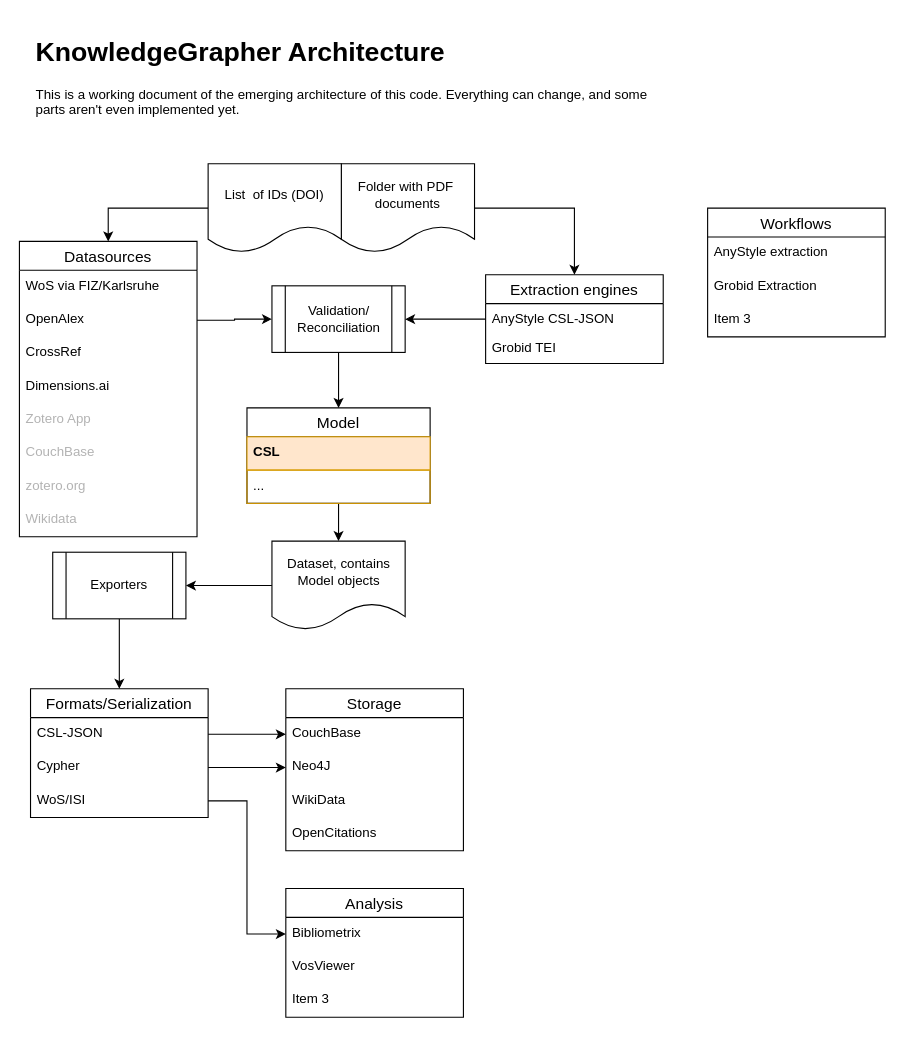
Above: doc/architecture.drawio in cboulanger/anystyle-workflow (draw.io), before the change. Source tidied: cells renumbered, new cells numbered last; positions are measured from the earlier drawing's top-left corner, leaving out a move shared by most shapes. Both pictures are drawn from the tidied source at 111%, with x=0, y=0 at pixel (19, 30).
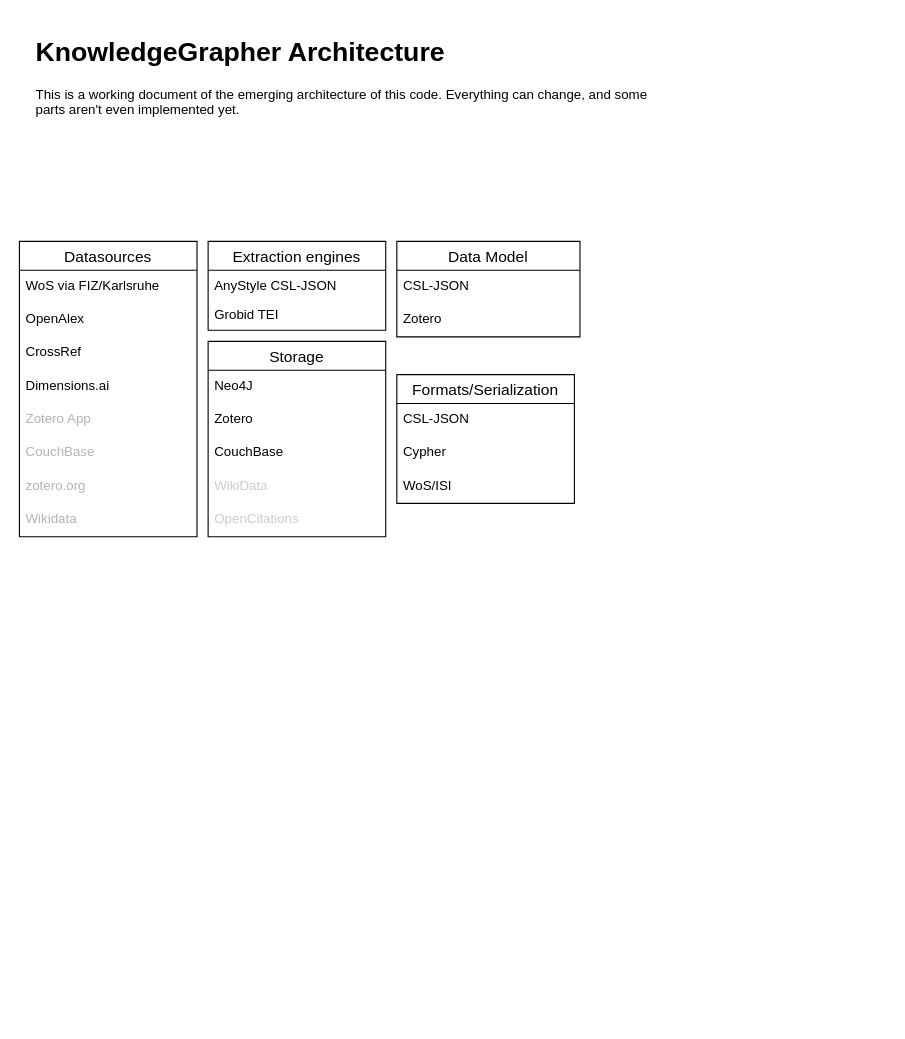
The same page after the edit.

Unchanged cells that the change refers to:
```xml
<mxCell id="7" value="CSL-JSON" style="text;strokeColor=none;fillColor=none;spacingLeft=4;spacingRight=4;overflow=hidden;points=[[0,0.5],[1,0.5]];portConstraint=eastwest;fontSize=12;" parent="6" vertex="1">
  <mxGeometry y="26" width="160" height="30" as="geometry" />
</mxCell>
<mxCell id="8" value="Cypher&#10;" style="text;strokeColor=none;fillColor=none;spacingLeft=4;spacingRight=4;overflow=hidden;points=[[0,0.5],[1,0.5]];portConstraint=eastwest;fontSize=12;" parent="6" vertex="1">
  <mxGeometry y="56" width="160" height="30" as="geometry" />
</mxCell>
<mxCell id="9" value="WoS/ISI" style="text;strokeColor=none;fillColor=none;spacingLeft=4;spacingRight=4;overflow=hidden;points=[[0,0.5],[1,0.5]];portConstraint=eastwest;fontSize=12;" parent="6" vertex="1">
  <mxGeometry y="86" width="160" height="30" as="geometry" />
</mxCell>
<mxCell id="11" value="Datasources" style="swimlane;fontStyle=0;horizontal=1;startSize=26;align=center;fontSize=14;" parent="1" vertex="1">
  <mxGeometry y="190" width="160" height="266" as="geometry" />
</mxCell>
<mxCell id="13" value="OpenAlex" style="text;strokeColor=none;fillColor=none;spacingLeft=4;spacingRight=4;overflow=hidden;points=[[0,0.5],[1,0.5]];portConstraint=eastwest;fontSize=12;" parent="11" vertex="1">
  <mxGeometry y="56" width="160" height="30" as="geometry" />
</mxCell>
```

The edit, as a diff of the source:
```diff
@@
-    <mxCell id="2" style="edgeStyle=orthogonalEdgeStyle;rounded=0;jettySize=auto;html=1;fontColor=#B3B3B3;" parent="1" edge="1" source="3" target="31">
-      <mxGeometry relative="1" as="geometry" />
-    </mxCell>
-    <mxCell id="3" value="Model" style="swimlane;fontStyle=0;horizontal=1;startSize=26;align=center;fontSize=14;" parent="1" vertex="1">
-      <mxGeometry x="205" y="340" width="165" height="86" as="geometry" />
+    <mxCell id="3" value="Data Model" style="swimlane;fontStyle=0;horizontal=1;startSize=26;align=center;fontSize=14;strokeColor=#000000;" parent="1" vertex="1">
+      <mxGeometry x="340" y="190" width="165" height="86" as="geometry" />
     </mxCell>
-    <mxCell id="4" value="CSL&#10;" style="text;strokeColor=#d79b00;fillColor=#ffe6cc;spacingLeft=4;spacingRight=4;overflow=hidden;fontSize=12;fontStyle=1;" parent="3" vertex="1">
+    <mxCell id="4" value="CSL-JSON&#10;" style="text;strokeColor=none;fillColor=none;spacingLeft=4;spacingRight=4;overflow=hidden;fontSize=12;fontStyle=0;" parent="3" vertex="1">
       <mxGeometry y="26" width="165" height="30" as="geometry" />
     </mxCell>
-    <mxCell id="5" value="..." style="text;strokeColor=#d79b00;fillColor=none;spacingLeft=4;spacingRight=4;overflow=hidden;fontSize=12;fontStyle=0;" parent="3" vertex="1">
+    <mxCell id="5" value="Zotero" style="text;strokeColor=none;fillColor=none;spacingLeft=4;spacingRight=4;overflow=hidden;fontSize=12;fontStyle=0;" parent="3" vertex="1">
       <mxGeometry y="56" width="165" height="30" as="geometry" />
     </mxCell>
     <mxCell id="6" value="Formats/Serialization" style="swimlane;fontStyle=0;horizontal=1;startSize=26;align=center;fontSize=14;" parent="1" vertex="1">
-      <mxGeometry x="10" y="593" width="160" height="116" as="geometry" />
+      <mxGeometry x="340" y="310" width="160" height="116" as="geometry" />
     </mxCell>
@@
-    <mxCell id="10" style="edgeStyle=orthogonalEdgeStyle;rounded=0;jettySize=auto;html=1;entryX=0;entryY=0.5;entryDx=0;entryDy=0;exitX=1;exitY=0.5;exitDx=0;exitDy=0;" parent="1" edge="1" source="13" target="35">
-      <mxGeometry relative="1" as="geometry" />
-    </mxCell>
@@
     <mxCell id="20" value="Storage" style="swimlane;fontStyle=0;horizontal=1;startSize=26;align=center;fontSize=14;" parent="1" vertex="1">
-      <mxGeometry x="240" y="593" width="160" height="146" as="geometry" />
+      <mxGeometry x="170" y="280" width="160" height="176" as="geometry" />
     </mxCell>
+    <mxCell id="22" value="Neo4J" style="text;strokeColor=none;fillColor=none;spacingLeft=4;spacingRight=4;overflow=hidden;points=[[0,0.5],[1,0.5]];portConstraint=eastwest;fontSize=12;" parent="20" vertex="1">
+      <mxGeometry y="26" width="160" height="30" as="geometry" />
+    </mxCell>
+    <mxCell id="51" value="Zotero" style="text;strokeColor=none;fillColor=none;spacingLeft=4;spacingRight=4;overflow=hidden;fontSize=12;" parent="20" vertex="1">
+      <mxGeometry y="56" width="160" height="30" as="geometry" />
+    </mxCell>
     <mxCell id="21" value="CouchBase" style="text;strokeColor=none;fillColor=none;spacingLeft=4;spacingRight=4;overflow=hidden;points=[[0,0.5],[1,0.5]];portConstraint=eastwest;fontSize=12;" parent="20" vertex="1">
-      <mxGeometry y="26" width="160" height="30" as="geometry" />
+      <mxGeometry y="86" width="160" height="30" as="geometry" />
     </mxCell>
-    <mxCell id="22" value="Neo4J" style="text;strokeColor=none;fillColor=none;spacingLeft=4;spacingRight=4;overflow=hidden;points=[[0,0.5],[1,0.5]];portConstraint=eastwest;fontSize=12;" parent="20" vertex="1">
-      <mxGeometry y="56" width="160" height="30" as="geometry" />
-    </mxCell>
-    <mxCell id="23" value="WikiData" style="text;strokeColor=none;fillColor=none;spacingLeft=4;spacingRight=4;overflow=hidden;fontSize=12;" parent="20" vertex="1">
-      <mxGeometry y="86" width="160" height="30" as="geometry" />
+    <mxCell id="23" value="WikiData" style="text;strokeColor=none;fillColor=none;spacingLeft=4;spacingRight=4;overflow=hidden;fontSize=12;fontColor=#CCCCCC;" parent="20" vertex="1">
+      <mxGeometry y="116" width="160" height="30" as="geometry" />
     </mxCell>
-    <mxCell id="24" value="OpenCitations" style="text;strokeColor=none;fillColor=none;spacingLeft=4;spacingRight=4;overflow=hidden;fontSize=12;" parent="20" vertex="1">
-      <mxGeometry y="116" width="160" height="30" as="geometry" />
+    <mxCell id="24" value="OpenCitations" style="text;strokeColor=none;fillColor=none;spacingLeft=4;spacingRight=4;overflow=hidden;fontSize=12;fontColor=#CCCCCC;" parent="20" vertex="1">
+      <mxGeometry y="146" width="160" height="30" as="geometry" />
     </mxCell>
@@
-    <mxCell id="26" value="Workflows" style="swimlane;fontStyle=0;horizontal=1;startSize=26;align=center;fontSize=14;" parent="1" vertex="1">
-      <mxGeometry x="620" y="160" width="160" height="116" as="geometry" />
-    </mxCell>
-    <mxCell id="27" value="AnyStyle extraction " style="text;strokeColor=none;fillColor=none;spacingLeft=4;spacingRight=4;overflow=hidden;fontSize=12;" parent="26" vertex="1">
-      <mxGeometry y="26" width="160" height="30" as="geometry" />
-    </mxCell>
-    <mxCell id="28" value="Grobid Extraction" style="text;strokeColor=none;fillColor=none;spacingLeft=4;spacingRight=4;overflow=hidden;fontSize=12;" parent="26" vertex="1">
-      <mxGeometry y="56" width="160" height="30" as="geometry" />
-    </mxCell>
-    <mxCell id="29" value="Item 3" style="text;strokeColor=none;fillColor=none;spacingLeft=4;spacingRight=4;overflow=hidden;fontSize=12;" parent="26" vertex="1">
-      <mxGeometry y="86" width="160" height="30" as="geometry" />
-    </mxCell>
-    <mxCell id="30" style="edgeStyle=orthogonalEdgeStyle;rounded=0;jettySize=auto;html=1;fontColor=#B3B3B3;" parent="1" edge="1" source="31" target="33">
-      <mxGeometry relative="1" as="geometry" />
-    </mxCell>
-    <mxCell id="31" value="Dataset, contains Model objects" style="shape=document;whiteSpace=wrap;html=1;boundedLbl=1;" parent="1" vertex="1">
-      <mxGeometry x="227.5" y="460" width="120" height="80" as="geometry" />
-    </mxCell>
-    <mxCell id="32" style="edgeStyle=orthogonalEdgeStyle;rounded=0;jettySize=auto;html=1;" parent="1" edge="1" source="33" target="6">
-      <mxGeometry relative="1" as="geometry" />
-    </mxCell>
-    <mxCell id="33" value="Exporters" style="shape=process;whiteSpace=wrap;html=1;backgroundOutline=1;" parent="1" vertex="1">
-      <mxGeometry x="30" y="470" width="120" height="60" as="geometry" />
-    </mxCell>
-    <mxCell id="34" style="edgeStyle=orthogonalEdgeStyle;rounded=0;jettySize=auto;html=1;entryX=0.5;entryY=0;entryDx=0;entryDy=0;fontColor=#B3B3B3;" parent="1" edge="1" source="35" target="3">
-      <mxGeometry relative="1" as="geometry" />
-    </mxCell>
-    <mxCell id="35" value="Validation/&lt;br&gt;Reconciliation" style="shape=process;whiteSpace=wrap;html=1;backgroundOutline=1;" parent="1" vertex="1">
-      <mxGeometry x="227.5" y="230" width="120" height="60" as="geometry" />
-    </mxCell>
-    <mxCell id="36" style="edgeStyle=orthogonalEdgeStyle;rounded=0;jettySize=auto;html=1;" parent="1" edge="1" source="8" target="22">
-      <mxGeometry relative="1" as="geometry" />
-    </mxCell>
-    <mxCell id="37" value="Analysis" style="swimlane;fontStyle=0;horizontal=1;startSize=26;align=center;fontSize=14;" parent="1" vertex="1">
-      <mxGeometry x="240" y="773" width="160" height="116" as="geometry" />
-    </mxCell>
-    <mxCell id="38" value="Bibliometrix" style="text;strokeColor=none;fillColor=none;spacingLeft=4;spacingRight=4;overflow=hidden;points=[[0,0.5],[1,0.5]];portConstraint=eastwest;fontSize=12;" parent="37" vertex="1">
-      <mxGeometry y="26" width="160" height="30" as="geometry" />
-    </mxCell>
-    <mxCell id="39" value="VosViewer&#10;" style="text;strokeColor=none;fillColor=none;spacingLeft=4;spacingRight=4;overflow=hidden;fontSize=12;" parent="37" vertex="1">
-      <mxGeometry y="56" width="160" height="30" as="geometry" />
-    </mxCell>
-    <mxCell id="40" value="Item 3" style="text;strokeColor=none;fillColor=none;spacingLeft=4;spacingRight=4;overflow=hidden;fontSize=12;" parent="37" vertex="1">
-      <mxGeometry y="86" width="160" height="30" as="geometry" />
-    </mxCell>
-    <mxCell id="41" style="edgeStyle=orthogonalEdgeStyle;rounded=0;jettySize=auto;html=1;entryX=0;entryY=0.5;entryDx=0;entryDy=0;" parent="1" edge="1" source="9" target="38">
-      <mxGeometry relative="1" as="geometry" />
-    </mxCell>
-    <mxCell id="42" style="edgeStyle=orthogonalEdgeStyle;rounded=0;jettySize=auto;html=1;entryX=0;entryY=0.5;entryDx=0;entryDy=0;" parent="1" edge="1" source="7" target="21">
-      <mxGeometry relative="1" as="geometry" />
-    </mxCell>
-    <mxCell id="43" style="edgeStyle=orthogonalEdgeStyle;rounded=0;jettySize=auto;html=1;" parent="1" edge="1" source="44" target="35">
-      <mxGeometry relative="1" as="geometry" />
-    </mxCell>
     <mxCell id="44" value="Extraction engines" style="swimlane;fontStyle=0;horizontal=1;startSize=26;align=center;fontSize=14;" parent="1" vertex="1">
-      <mxGeometry x="420" y="220" width="160" height="80" as="geometry" />
+      <mxGeometry x="170" y="190" width="160" height="80" as="geometry" />
     </mxCell>
@@
-    <mxCell id="47" style="edgeStyle=orthogonalEdgeStyle;rounded=0;jettySize=auto;html=1;" parent="1" edge="1" source="48" target="44">
-      <mxGeometry relative="1" as="geometry" />
-    </mxCell>
-    <mxCell id="48" value="Folder with PDF&amp;nbsp;&lt;br&gt;documents" style="shape=document;whiteSpace=wrap;html=1;boundedLbl=1;" parent="1" vertex="1">
-      <mxGeometry x="290" y="120" width="120" height="80" as="geometry" />
-    </mxCell>
-    <mxCell id="49" style="edgeStyle=orthogonalEdgeStyle;rounded=0;jettySize=auto;html=1;exitX=0;exitY=0.5;exitDx=0;exitDy=0;entryX=0.5;entryY=0;entryDx=0;entryDy=0;" parent="1" edge="1" source="50" target="11">
-      <mxGeometry relative="1" as="geometry" />
-    </mxCell>
-    <mxCell id="50" value="List&amp;nbsp; of IDs (DOI)" style="shape=document;whiteSpace=wrap;html=1;boundedLbl=1;" parent="1" vertex="1">
-      <mxGeometry x="170" y="120" width="120" height="80" as="geometry" />
-    </mxCell>
```
